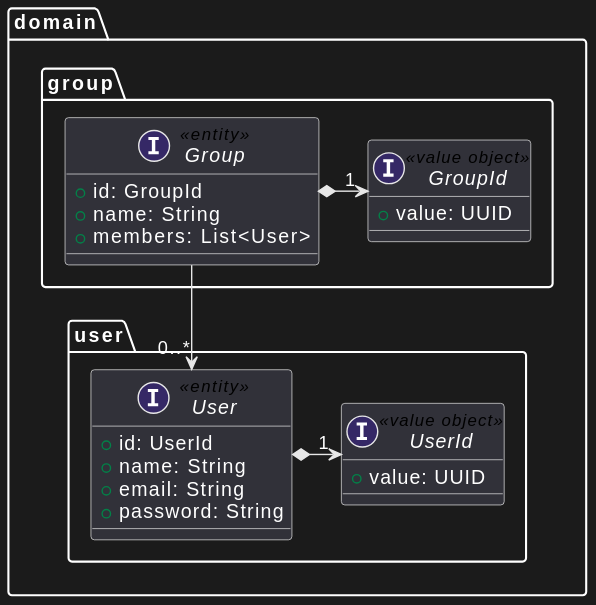
position-pal/position-pal.github.io keeps this PlantUML diagram as res/user-group-service-structure-dark.svg. Above is the earlier version.
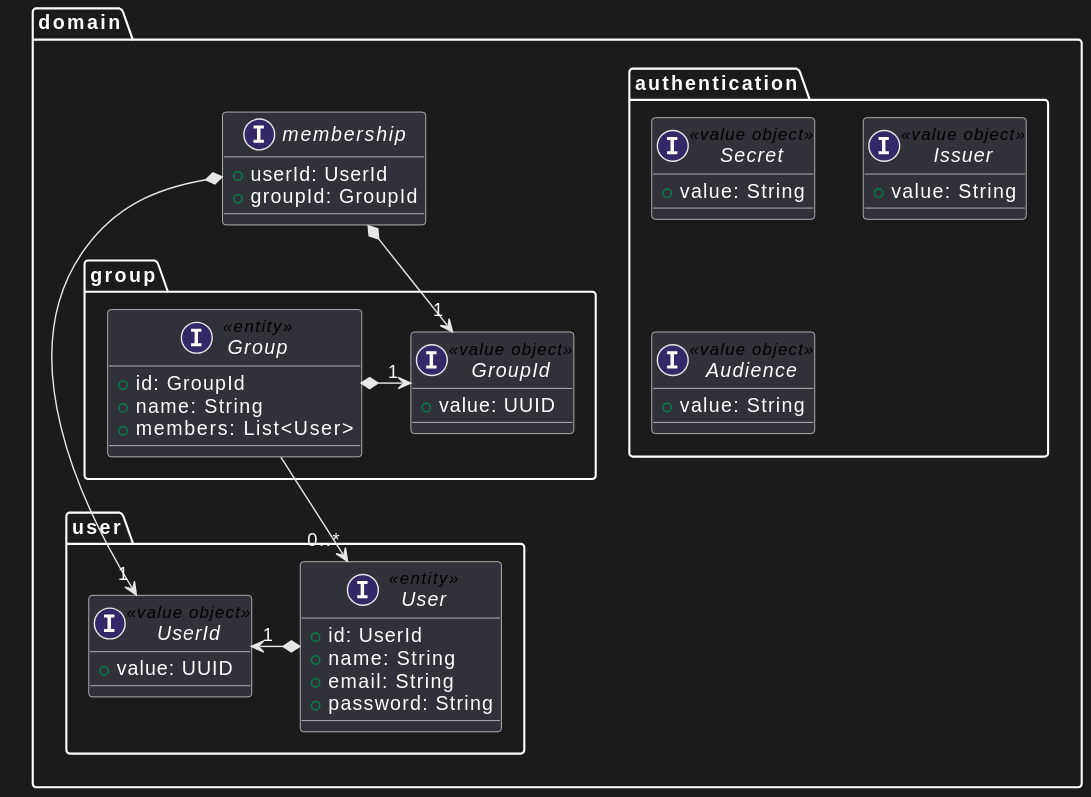
Later version of the same file.

Change to the diagram source:
```diff
@@ -13,6 +13,24 @@
     User *-right-> "1" UserId
   }
 
+
+  package authentication {
+      interface Secret <<value object>> {
+          + value: String
+      }
+      interface Issuer <<value object>> {
+          + value: String
+      }
+      interface Audience <<value object>> {
+          + value: String
+      }
+  }
+
+  interface membership {
+    + userId: UserId
+    + groupId: GroupId
+  }
+
   package group {
     interface Group <<entity>> {
       + id: GroupId
@@ -25,5 +43,8 @@
     Group *-right-> "1" GroupId
     Group --> "0..*" User
   }
+
+  membership *-down-> "1" UserId
+  membership *-down-> "1" GroupId
 }
 @enduml
```
